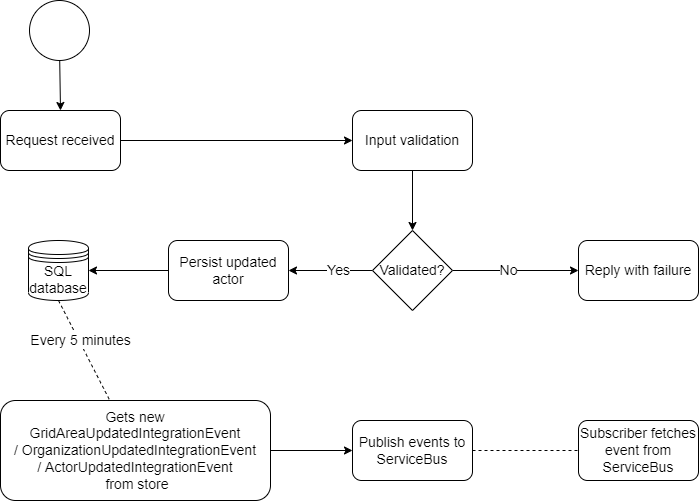
Before: docs/images/Actor_register-Integration Events Flow diagram.drawio.png, a diagram exported from draw.io (Energinet-DataHub/geh-market-participant). Source tidied: cells renumbered, new cells last; positions are measured from the earlier drawing's top-left corner, leaving out a move shared by most shapes.
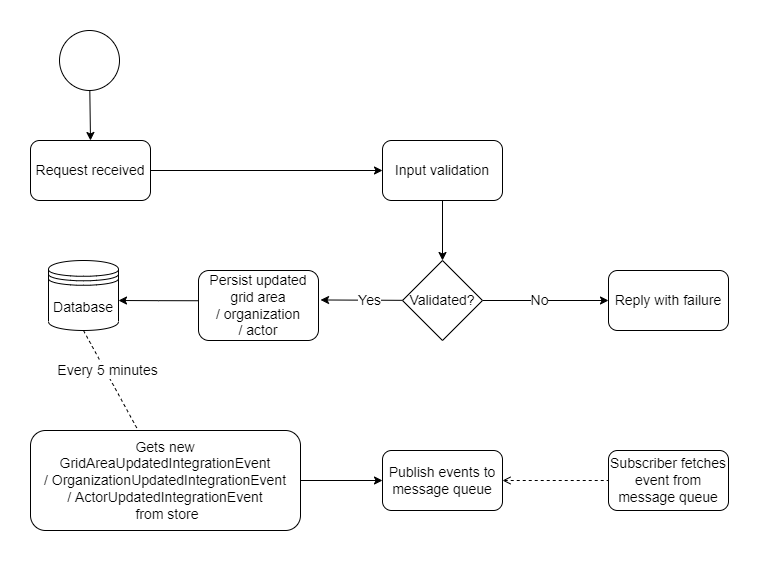
After the commit.

Commit message:
Update diagrams and text

The edit, as a diff of the source:
```diff
@@ -20,7 +20,7 @@
     <mxCell id="7" value="Input validation" style="rounded=1;whiteSpace=wrap;html=1;labelBackgroundColor=none;fontSize=14;" parent="1" vertex="1">
       <mxGeometry x="352" y="110" width="120" height="60" as="geometry" />
     </mxCell>
-    <mxCell id="8" style="edgeStyle=none;rounded=0;jettySize=auto;html=1;fontSize=14;startArrow=none;startFill=0;endArrow=classic;endFill=1;strokeWidth=1;" parent="1" edge="1" source="12" target="16">
+    <mxCell id="8" style="edgeStyle=none;rounded=0;jettySize=auto;html=1;fontSize=14;startArrow=none;startFill=0;endArrow=classic;endFill=1;strokeWidth=1;entryX=1.017;entryY=0.421;entryDx=0;entryDy=0;entryPerimeter=0;" parent="1" edge="1" source="12" target="16">
       <mxGeometry relative="1" as="geometry" />
     </mxCell>
     <mxCell id="9" value="Yes" style="edgeLabel;html=1;align=center;verticalAlign=middle;fontSize=14;" parent="8" vertex="1">
@@ -45,13 +45,13 @@
         <mxPoint x="-14" y="-25" as="offset" />
       </mxGeometry>
     </mxCell>
-    <mxCell id="15" style="edgeStyle=orthogonalEdgeStyle;rounded=0;jettySize=auto;html=1;fontSize=14;startArrow=none;startFill=0;endArrow=classic;endFill=1;strokeWidth=1;" parent="1" edge="1" source="16">
+    <mxCell id="15" style="edgeStyle=orthogonalEdgeStyle;rounded=0;jettySize=auto;html=1;fontSize=14;startArrow=none;startFill=0;endArrow=classic;endFill=1;strokeWidth=1;exitX=0.006;exitY=0.432;exitDx=0;exitDy=0;exitPerimeter=0;" parent="1" edge="1" source="16">
       <mxGeometry relative="1" as="geometry">
         <mxPoint x="88" y="270" as="targetPoint" />
       </mxGeometry>
     </mxCell>
-    <mxCell id="16" value="Persist updated actor" style="rounded=1;whiteSpace=wrap;html=1;fontSize=14;labelBackgroundColor=none;" parent="1" vertex="1">
-      <mxGeometry x="168" y="240" width="120" height="60" as="geometry" />
+    <mxCell id="16" value="Persist updated grid area&lt;br&gt;/ organization&lt;br&gt;/ actor" style="rounded=1;whiteSpace=wrap;html=1;fontSize=14;labelBackgroundColor=none;" parent="1" vertex="1">
+      <mxGeometry x="168" y="240" width="120" height="70" as="geometry" />
     </mxCell>
     <mxCell id="17" value="Reply with failure" style="rounded=1;whiteSpace=wrap;html=1;fontSize=14;labelBackgroundColor=none;" parent="1" vertex="1">
       <mxGeometry x="578" y="240" width="120" height="60" as="geometry" />
@@ -62,16 +62,16 @@
     <mxCell id="19" value="Gets new&lt;br&gt;GridAreaUpdatedIntegrationEvent /&amp;nbsp;OrganizationUpdatedIntegrationEvent&lt;br&gt;/ ActorUpdatedIntegrationEvent&lt;br&gt;&amp;nbsp;from store" style="rounded=1;whiteSpace=wrap;html=1;fontSize=14;labelBackgroundColor=none;" parent="1" vertex="1">
       <mxGeometry y="400" width="270" height="100" as="geometry" />
     </mxCell>
-    <mxCell id="20" style="edgeStyle=orthogonalEdgeStyle;rounded=0;jettySize=auto;html=1;fontSize=14;startArrow=none;startFill=0;endArrow=none;endFill=0;strokeWidth=1;dashed=1;" parent="1" edge="1" source="21" target="23">
+    <mxCell id="20" style="edgeStyle=orthogonalEdgeStyle;rounded=0;jettySize=auto;html=1;fontSize=14;startArrow=open;startFill=0;endArrow=none;endFill=0;strokeWidth=1;dashed=1;" parent="1" edge="1" source="21" target="23">
       <mxGeometry relative="1" as="geometry" />
     </mxCell>
-    <mxCell id="21" value="Publish events to ServiceBus" style="rounded=1;whiteSpace=wrap;html=1;fontSize=14;labelBackgroundColor=none;" parent="1" vertex="1">
+    <mxCell id="21" value="Publish events to message queue" style="rounded=1;whiteSpace=wrap;html=1;fontSize=14;labelBackgroundColor=none;" parent="1" vertex="1">
       <mxGeometry x="352" y="420" width="120" height="60" as="geometry" />
     </mxCell>
-    <mxCell id="22" value="SQL database" style="shape=datastore;whiteSpace=wrap;html=1;labelBackgroundColor=none;fontSize=14;" parent="1" vertex="1">
-      <mxGeometry x="28" y="240" width="60" height="60" as="geometry" />
+    <mxCell id="22" value="Database" style="shape=datastore;whiteSpace=wrap;html=1;labelBackgroundColor=none;fontSize=14;" parent="1" vertex="1">
+      <mxGeometry x="18" y="230" width="70" height="70" as="geometry" />
     </mxCell>
-    <mxCell id="23" value="Subscriber fetches event from ServiceBus" style="rounded=1;whiteSpace=wrap;html=1;fontSize=14;labelBackgroundColor=none;" parent="1" vertex="1">
+    <mxCell id="23" value="Subscriber fetches event from message queue" style="rounded=1;whiteSpace=wrap;html=1;fontSize=14;labelBackgroundColor=none;" parent="1" vertex="1">
       <mxGeometry x="578" y="420" width="120" height="60" as="geometry" />
     </mxCell>
   </root>
```
